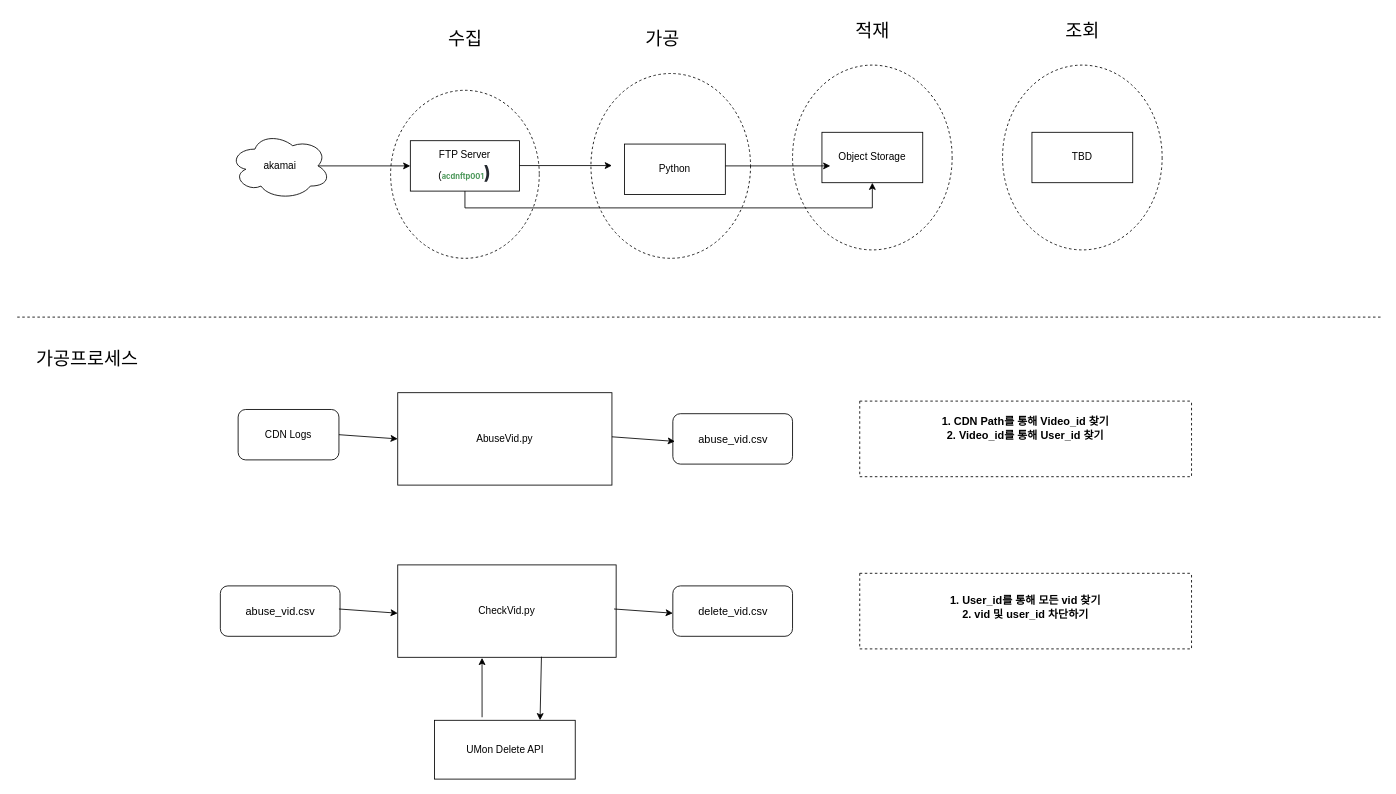
Before: CDN.drawio in park-moonkyu/NaverCloud, a draw.io diagram. Source tidied: cells renumbered, new cells numbered last; positions are measured from the earlier drawing's top-left corner, leaving out a move shared by most shapes. Both pictures are drawn from the tidied source at 84%, with x=0, y=0 at pixel (14, 14).
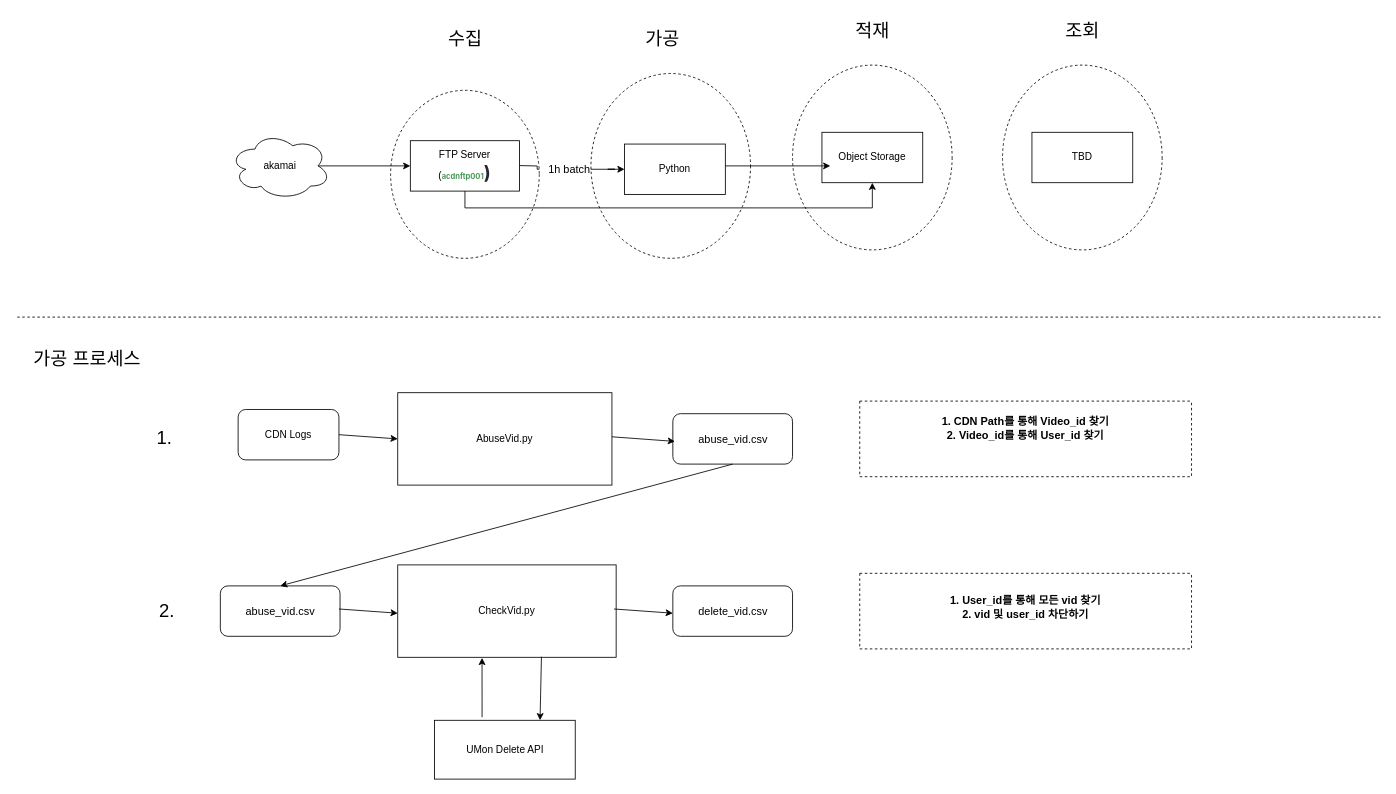
Above is the later version.

Unchanged cells that the change refers to:
```xml
<mxCell id="7" value="Python&lt;br&gt;&lt;strong style=&quot;font-size: 22px; color: rgb(36, 41, 47); font-family: -apple-system, &amp;quot;system-ui&amp;quot;, &amp;quot;Segoe UI&amp;quot;, Roboto, Oxygen, Ubuntu, &amp;quot;Fira Sans&amp;quot;, &amp;quot;Droid Sans&amp;quot;, &amp;quot;Helvetica Neue&amp;quot;, sans-serif; background-color: rgb(255, 255, 255);&quot;&gt;&lt;/strong&gt;" style="rounded=0;whiteSpace=wrap;html=1;" parent="1" vertex="1">
  <mxGeometry x="726" y="154" width="120" height="60" as="geometry" />
</mxCell>
<mxCell id="21" value="abuse_vid.csv" style="rounded=1;whiteSpace=wrap;html=1;fontSize=13;fillColor=none;" parent="1" vertex="1">
  <mxGeometry x="783.5" y="475" width="142.5" height="60" as="geometry" />
</mxCell>
<mxCell id="23" value="abuse_vid.csv" style="rounded=1;whiteSpace=wrap;html=1;fontSize=13;fillColor=none;" parent="1" vertex="1">
  <mxGeometry x="244.8" y="680" width="142.5" height="60" as="geometry" />
</mxCell>
```

The edit, as a diff of the source:
```diff
@@
-    <mxCell id="26" style="edgeStyle=orthogonalEdgeStyle;rounded=0;orthogonalLoop=1;jettySize=auto;html=1;fontSize=22;exitX=0.875;exitY=0.5;exitDx=0;exitDy=0;exitPerimeter=0;" parent="1" edge="1">
-      <mxGeometry relative="1" as="geometry">
-        <mxPoint x="601" y="179.6" as="sourcePoint" />
-        <mxPoint x="711" y="179.6" as="targetPoint" />
-      </mxGeometry>
+    <mxCell id="26" style="edgeStyle=orthogonalEdgeStyle;rounded=0;jettySize=auto;html=1;fontSize=22;exitX=0.875;exitY=0.5;exitDx=0;exitDy=0;exitPerimeter=0;startArrow=none;entryX=0;entryY=0.5;entryDx=0;entryDy=0;" parent="1" edge="1" source="39" target="7">
+      <mxGeometry relative="1" as="geometry" />
     </mxCell>
@@
-    <mxCell id="29" value="&lt;span style=&quot;font-size: 22px;&quot;&gt;가공프로세스&lt;/span&gt;" style="text;html=1;align=center;verticalAlign=middle;strokeColor=none;fillColor=none;" parent="1" vertex="1">
+    <mxCell id="29" value="&lt;span style=&quot;font-size: 22px;&quot;&gt;가공 프로세스&lt;/span&gt;" style="text;html=1;align=center;verticalAlign=middle;strokeColor=none;fillColor=none;" parent="1" vertex="1">
       <mxGeometry x="16" y="390" width="140" height="40" as="geometry" />
     </mxCell>
@@
+    <mxCell id="36" value="&lt;span style=&quot;font-size: 22px;&quot;&gt;1.&amp;nbsp;&lt;/span&gt;" style="text;html=1;align=center;verticalAlign=middle;strokeColor=none;fillColor=none;" parent="1" vertex="1">
+      <mxGeometry x="156" y="485" width="50" height="40" as="geometry" />
+    </mxCell>
+    <mxCell id="37" value="&lt;span style=&quot;font-size: 22px;&quot;&gt;2.&lt;/span&gt;" style="text;html=1;align=center;verticalAlign=middle;strokeColor=none;fillColor=none;" parent="1" vertex="1">
+      <mxGeometry x="161" y="690" width="40" height="40" as="geometry" />
+    </mxCell>
+    <mxCell id="38" style="endArrow=classic;html=1;rounded=0;fontSize=13;exitX=0.5;exitY=1;exitDx=0;exitDy=0;entryX=0.5;entryY=0;entryDx=0;entryDy=0;" parent="1" edge="1" source="21" target="23">
+      <mxGeometry relative="1" as="geometry" />
+    </mxCell>
+    <mxCell id="39" value="&lt;font style=&quot;font-size: 13px;&quot;&gt;1h batch&lt;/font&gt;" style="text;html=1;align=center;verticalAlign=middle;points=[];strokeColor=none;fillColor=none;" parent="1" vertex="1">
+      <mxGeometry x="624.5" y="169" width="70" height="30" as="geometry" />
+    </mxCell>
+    <mxCell id="40" style="edgeStyle=orthogonalEdgeStyle;rounded=0;jettySize=auto;html=1;fontSize=22;exitX=0.875;exitY=0.5;exitDx=0;exitDy=0;exitPerimeter=0;endArrow=none;" parent="1" edge="1" target="39">
+      <mxGeometry relative="1" as="geometry">
+        <mxPoint x="601" y="179.6" as="sourcePoint" />
+      </mxGeometry>
+    </mxCell>
```
